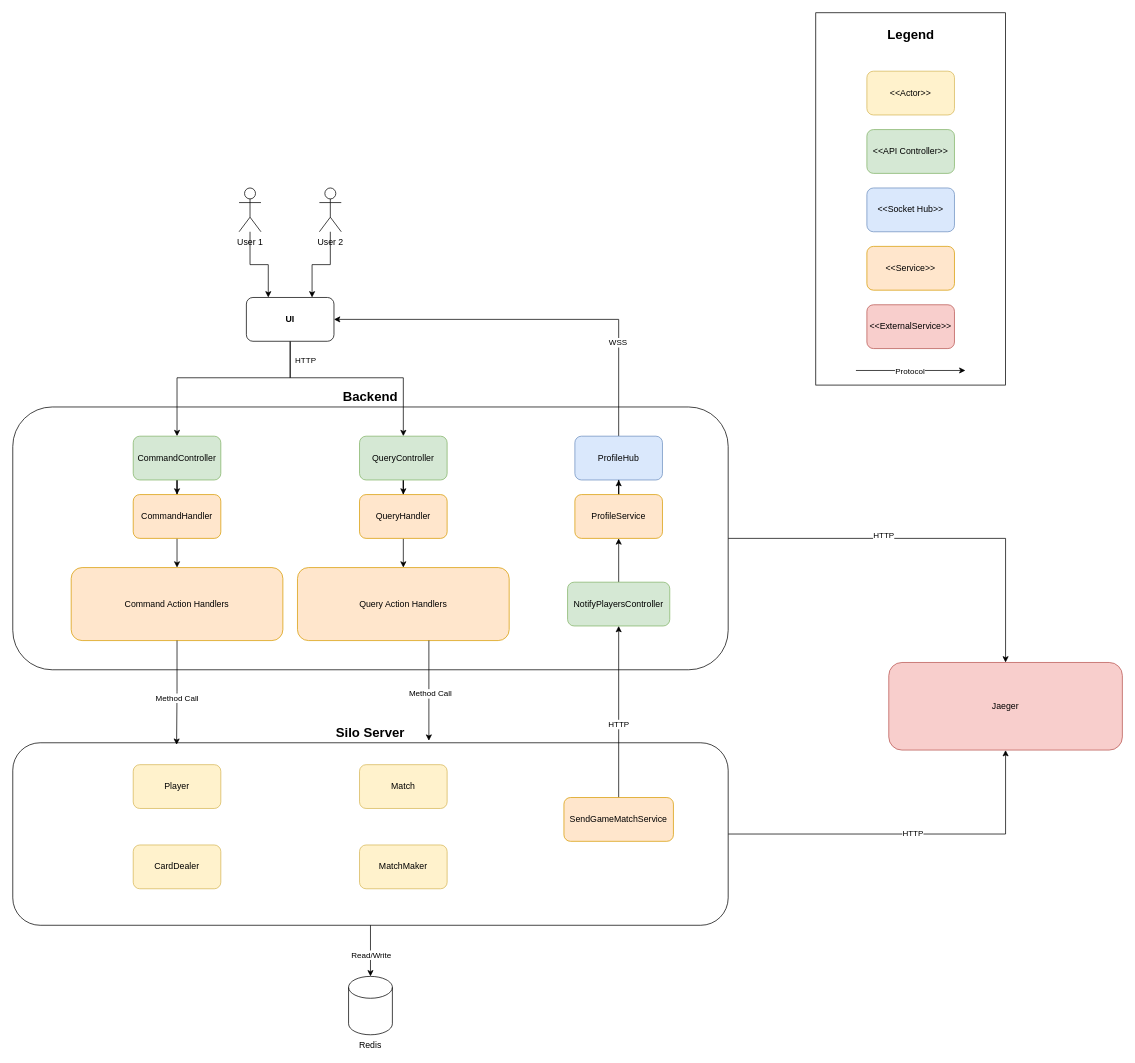
fredicinho/schnauz keeps this draw.io diagram as images/schnauz.drawio. Above is the earlier version. Source tidied: cells renumbered, new cells numbered last; positions are measured from the earlier drawing's top-left corner, leaving out a move shared by most shapes. Both pictures are drawn from the tidied source at 73%, with x=0, y=0 at pixel (12, 12).
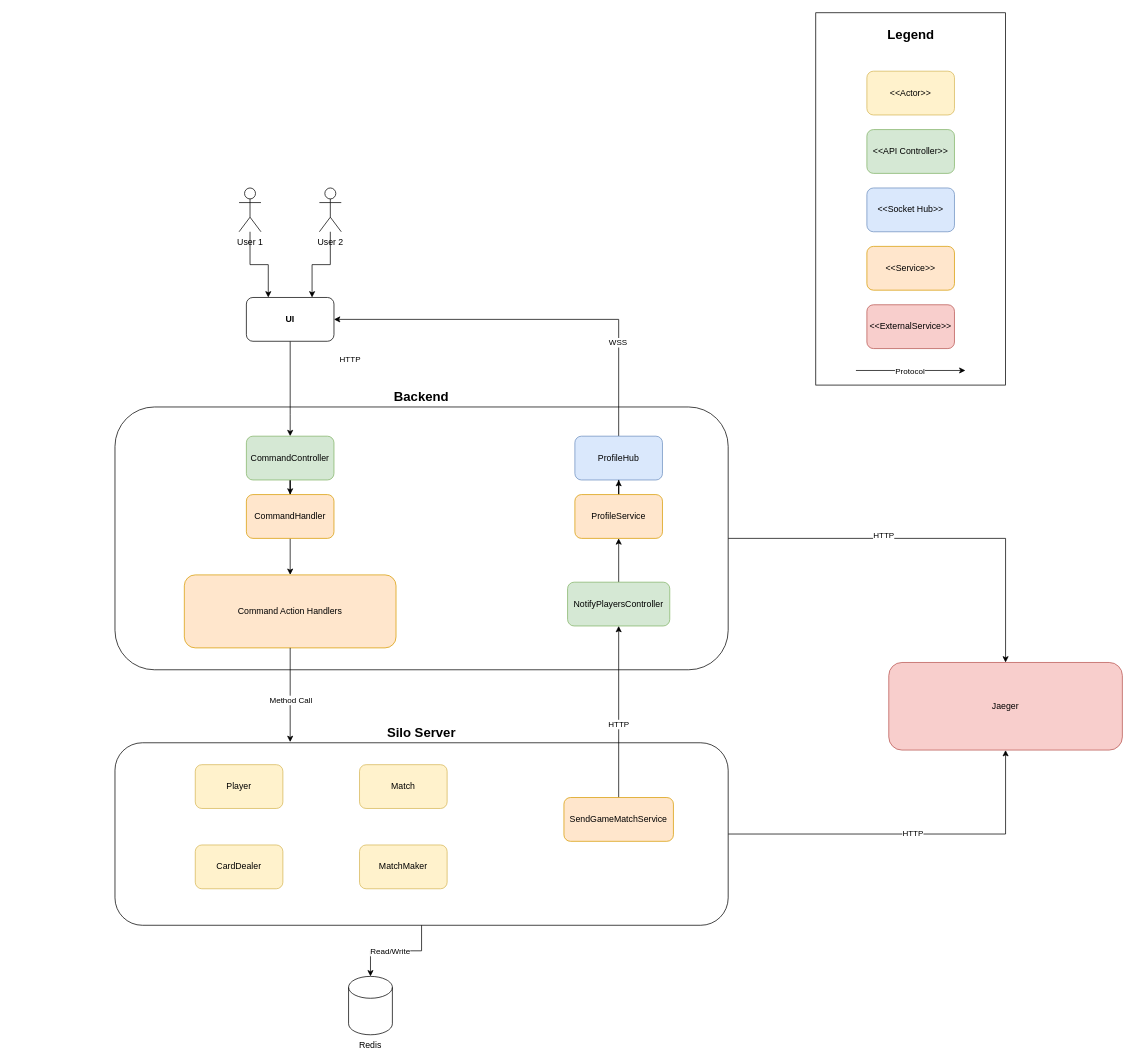
After the change.

Unchanged cells that the change refers to:
```xml
<mxCell id="19" value="&lt;b&gt;UI&lt;/b&gt;" style="rounded=1;whiteSpace=wrap;html=1;" parent="1" vertex="1">
  <mxGeometry x="320" y="390" width="120" height="60" as="geometry" />
</mxCell>
```

Diff of the diagram source:
```diff
@@
     <mxCell id="5" value="&lt;b&gt;&lt;font style=&quot;font-size: 18px;&quot;&gt;Backend&lt;/font&gt;&lt;/b&gt;" style="rounded=1;whiteSpace=wrap;html=1;align=center;labelPosition=center;verticalLabelPosition=top;verticalAlign=bottom;" parent="1" vertex="1">
-      <mxGeometry y="540" width="980" height="360" as="geometry" />
+      <mxGeometry x="140" y="540" width="840" height="360" as="geometry" />
     </mxCell>
@@
     <mxCell id="8" value="&lt;b&gt;&lt;font style=&quot;font-size: 18px;&quot;&gt;Silo Server&lt;/font&gt;&lt;/b&gt;" style="rounded=1;whiteSpace=wrap;html=1;labelPosition=center;verticalLabelPosition=top;align=center;verticalAlign=bottom;" parent="1" vertex="1">
-      <mxGeometry y="1000" width="980" height="250" as="geometry" />
+      <mxGeometry x="140" y="1000" width="840" height="250" as="geometry" />
     </mxCell>
@@
     <mxCell id="10" value="Player" style="rounded=1;whiteSpace=wrap;html=1;fillColor=#fff2cc;strokeColor=#d6b656;" parent="1" vertex="1">
-      <mxGeometry x="165" y="1030" width="120" height="60" as="geometry" />
+      <mxGeometry x="250" y="1030" width="120" height="60" as="geometry" />
     </mxCell>
@@
     <mxCell id="12" value="CardDealer" style="rounded=1;whiteSpace=wrap;html=1;fillColor=#fff2cc;strokeColor=#d6b656;" parent="1" vertex="1">
-      <mxGeometry x="165" y="1140" width="120" height="60" as="geometry" />
+      <mxGeometry x="250" y="1140" width="120" height="60" as="geometry" />
     </mxCell>
@@
     <mxCell id="16" style="edgeStyle=orthogonalEdgeStyle;rounded=0;jettySize=auto;html=1;entryX=0.5;entryY=0;entryDx=0;entryDy=0;" parent="1" edge="1" source="19" target="25">
       <mxGeometry relative="1" as="geometry">
         <Array as="points">
-          <mxPoint x="380" y="500" />
-          <mxPoint x="225" y="500" />
+          <mxPoint x="380" y="550" />
+          <mxPoint x="380" y="550" />
         </Array>
       </mxGeometry>
     </mxCell>
@@
-    <mxCell id="18" style="edgeStyle=orthogonalEdgeStyle;rounded=0;jettySize=auto;html=1;entryX=0.5;entryY=0;entryDx=0;entryDy=0;" parent="1" edge="1" source="19" target="28">
-      <mxGeometry relative="1" as="geometry">
-        <Array as="points">
-          <mxPoint x="380" y="500" />
-          <mxPoint x="535" y="500" />
-        </Array>
-      </mxGeometry>
-    </mxCell>
@@
     <mxCell id="25" value="CommandController" style="rounded=1;whiteSpace=wrap;html=1;fillColor=#d5e8d4;strokeColor=#82b366;" parent="1" vertex="1">
-      <mxGeometry x="165" y="580" width="120" height="60" as="geometry" />
+      <mxGeometry x="320" y="580" width="120" height="60" as="geometry" />
     </mxCell>
@@
-    <mxCell id="27" style="edgeStyle=orthogonalEdgeStyle;rounded=0;jettySize=auto;html=1;entryX=0.5;entryY=0;entryDx=0;entryDy=0;" parent="1" edge="1" source="28" target="36">
-      <mxGeometry relative="1" as="geometry" />
+    <mxCell id="27" style="edgeStyle=orthogonalEdgeStyle;rounded=0;orthogonalLoop=1;jettySize=auto;html=1;entryX=0.5;entryY=0;entryDx=0;entryDy=0;" parent="1" edge="1">
+      <mxGeometry relative="1" as="geometry">
+        <mxPoint x="535" y="640" as="sourcePoint" />
+      </mxGeometry>
     </mxCell>
-    <mxCell id="28" value="QueryController" style="rounded=1;whiteSpace=wrap;html=1;fillColor=#d5e8d4;strokeColor=#82b366;" parent="1" vertex="1">
-      <mxGeometry x="475" y="580" width="120" height="60" as="geometry" />
-    </mxCell>
@@
     <mxCell id="33" value="CommandHandler" style="rounded=1;whiteSpace=wrap;html=1;fillColor=#ffe6cc;strokeColor=#d79b00;" parent="1" vertex="1">
-      <mxGeometry x="165" y="660" width="120" height="60" as="geometry" />
+      <mxGeometry x="320" y="660" width="120" height="60" as="geometry" />
     </mxCell>
@@
-    <mxCell id="35" style="edgeStyle=orthogonalEdgeStyle;rounded=0;jettySize=auto;html=1;entryX=0.5;entryY=0;entryDx=0;entryDy=0;" parent="1" edge="1" source="36" target="38">
-      <mxGeometry relative="1" as="geometry" />
+    <mxCell id="35" style="edgeStyle=orthogonalEdgeStyle;rounded=0;orthogonalLoop=1;jettySize=auto;html=1;entryX=0.5;entryY=0;entryDx=0;entryDy=0;" parent="1" edge="1">
+      <mxGeometry relative="1" as="geometry">
+        <mxPoint x="535" y="720" as="sourcePoint" />
+      </mxGeometry>
     </mxCell>
-    <mxCell id="36" value="QueryHandler" style="rounded=1;whiteSpace=wrap;html=1;fillColor=#ffe6cc;strokeColor=#d79b00;" parent="1" vertex="1">
-      <mxGeometry x="475" y="660" width="120" height="60" as="geometry" />
-    </mxCell>
     <mxCell id="37" value="Command Action Handlers" style="rounded=1;whiteSpace=wrap;html=1;fillColor=#ffe6cc;strokeColor=#d79b00;" parent="1" vertex="1">
-      <mxGeometry x="80" y="760" width="290" height="100" as="geometry" />
+      <mxGeometry x="235" y="770" width="290" height="100" as="geometry" />
     </mxCell>
-    <mxCell id="38" value="Query Action Handlers" style="rounded=1;whiteSpace=wrap;html=1;fillColor=#ffe6cc;strokeColor=#d79b00;" parent="1" vertex="1">
-      <mxGeometry x="390" y="760" width="290" height="100" as="geometry" />
-    </mxCell>
@@
-    <mxCell id="44" style="edgeStyle=orthogonalEdgeStyle;rounded=0;orthogonalLoop=1;jettySize=auto;html=1;entryX=0.546;entryY=-0.011;entryDx=0;entryDy=0;entryPerimeter=0;" parent="1" edge="1">
-      <mxGeometry relative="1" as="geometry">
-        <mxPoint x="570" y="860" as="sourcePoint" />
-        <mxPoint x="570" y="997.2" as="targetPoint" />
-      </mxGeometry>
-    </mxCell>
-    <mxCell id="45" value="Method Call" style="edgeLabel;html=1;align=center;verticalAlign=middle;" parent="44" vertex="1">
-      <mxGeometry x="0.05" y="1" relative="1" as="geometry" />
-    </mxCell>
-    <mxCell id="46" style="edgeStyle=orthogonalEdgeStyle;rounded=0;jettySize=auto;html=1;entryX=0.229;entryY=0.011;entryDx=0;entryDy=0;entryPerimeter=0;" parent="1" edge="1" source="37" target="8">
-      <mxGeometry relative="1" as="geometry" />
+    <mxCell id="46" style="edgeStyle=orthogonalEdgeStyle;rounded=0;jettySize=auto;html=1;" parent="1" edge="1" source="37">
+      <mxGeometry relative="1" as="geometry">
+        <mxPoint x="380" y="999" as="targetPoint" />
+      </mxGeometry>
     </mxCell>
```
